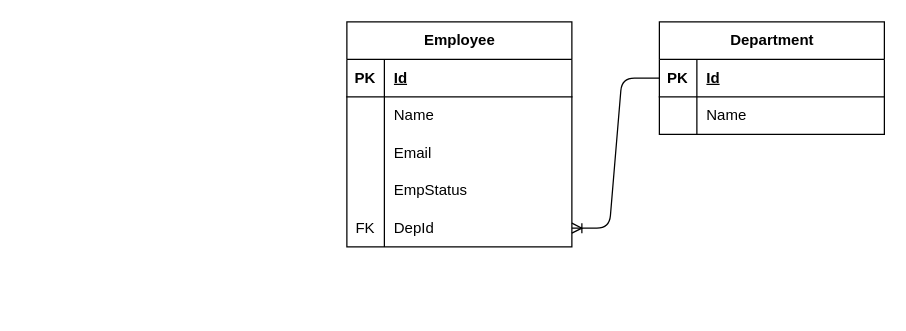
This is docs/01_db/ER.dio from Keiichiro-Murayama/csharp_training_202605, a draw.io file, before an edit. Source tidied: cells renumbered, new cells numbered last; positions are measured from the earlier drawing's top-left corner, leaving out a move shared by most shapes. Both pictures are drawn from the tidied source at 125%, with x=0, y=0 at pixel (346, 21).
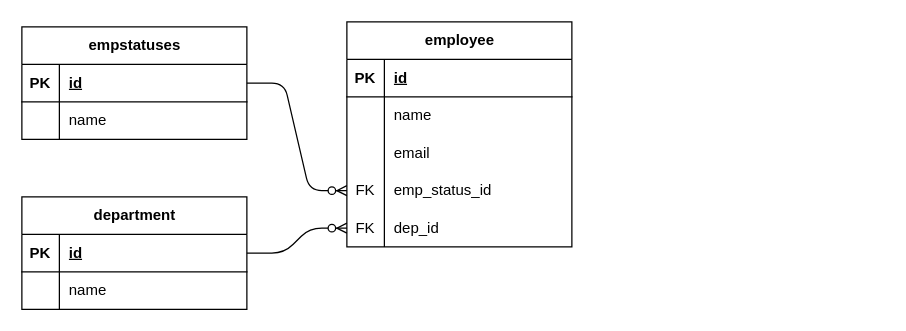
After the change.

Unchanged cells that the change refers to:
```xml
<mxCell id="3" style="shape=tableRow;horizontal=0;startSize=0;swimlaneHead=0;swimlaneBody=0;fillColor=none;top=0;left=0;right=0;bottom=1;" parent="2" vertex="1">
  <mxGeometry y="30" width="180" height="30" as="geometry" />
</mxCell>
<mxCell id="6" style="shape=tableRow;horizontal=0;startSize=0;swimlaneHead=0;swimlaneBody=0;fillColor=none;top=0;left=0;right=0;bottom=0;" parent="2" vertex="1">
  <mxGeometry y="60" width="180" height="30" as="geometry" />
</mxCell>
<mxCell id="9" style="shape=tableRow;horizontal=0;startSize=0;swimlaneHead=0;swimlaneBody=0;fillColor=none;top=0;left=0;right=0;bottom=0;" parent="2" vertex="1">
  <mxGeometry y="90" width="180" height="30" as="geometry" />
</mxCell>
<mxCell id="12" style="shape=tableRow;horizontal=0;startSize=0;swimlaneHead=0;swimlaneBody=0;fillColor=none;points=[[0,0.5],[1,0.5]];portConstraint=eastwest;top=0;left=0;right=0;bottom=0;" parent="2" vertex="1">
  <mxGeometry y="120" width="180" height="30" as="geometry" />
</mxCell>
<mxCell id="15" style="shape=tableRow;horizontal=0;startSize=0;swimlaneHead=0;swimlaneBody=0;fillColor=none;points=[[0,0.5],[1,0.5]];portConstraint=eastwest;top=0;left=0;right=0;bottom=0;" parent="2" vertex="1">
  <mxGeometry y="150" width="180" height="30" as="geometry" />
</mxCell>
<mxCell id="19" style="shape=tableRow;horizontal=0;startSize=0;swimlaneHead=0;swimlaneBody=0;fillColor=none;points=[[0,0.5],[1,0.5]];portConstraint=eastwest;top=0;left=0;right=0;bottom=1;" parent="18" vertex="1">
  <mxGeometry y="30" width="180" height="30" as="geometry" />
</mxCell>
<mxCell id="22" style="shape=tableRow;horizontal=0;startSize=0;swimlaneHead=0;swimlaneBody=0;fillColor=none;top=0;left=0;right=0;bottom=0;" parent="18" vertex="1">
  <mxGeometry y="60" width="180" height="30" as="geometry" />
</mxCell>
```

What changed in the source:
```diff
@@
-    <mxCell id="2" value="Employee" style="shape=table;startSize=30;childLayout=tableLayout;rowLines=0;fontStyle=1;align=center;html=1;" parent="1" vertex="1">
+    <mxCell id="2" value="employee" style="shape=table;startSize=30;childLayout=tableLayout;rowLines=0;fontStyle=1;align=center;html=1;" parent="1" vertex="1">
       <mxGeometry width="180" height="180" as="geometry" />
     </mxCell>
@@
-    <mxCell id="5" value="Id" style="shape=partialRectangle;fillColor=none;top=0;left=0;bottom=0;right=0;align=left;spacingLeft=6;fontStyle=5;overflow=hidden;whiteSpace=wrap;html=1;" parent="3" vertex="1">
+    <mxCell id="5" value="id" style="shape=partialRectangle;fillColor=none;top=0;left=0;bottom=0;right=0;align=left;spacingLeft=6;fontStyle=5;overflow=hidden;whiteSpace=wrap;html=1;" parent="3" vertex="1">
       <mxGeometry x="30" width="150" height="30" as="geometry" />
     </mxCell>
@@
-    <mxCell id="8" value="Name" style="shape=partialRectangle;fillColor=none;top=0;left=0;bottom=0;right=0;align=left;spacingLeft=6;overflow=hidden;whiteSpace=wrap;html=1;" parent="6" vertex="1">
+    <mxCell id="8" value="name" style="shape=partialRectangle;fillColor=none;top=0;left=0;bottom=0;right=0;align=left;spacingLeft=6;overflow=hidden;whiteSpace=wrap;html=1;" parent="6" vertex="1">
       <mxGeometry x="30" width="150" height="30" as="geometry" />
     </mxCell>
@@
-    <mxCell id="11" value="Email" style="shape=partialRectangle;fillColor=none;top=0;left=0;bottom=0;right=0;align=left;spacingLeft=6;overflow=hidden;whiteSpace=wrap;html=1;" parent="9" vertex="1">
+    <mxCell id="11" value="email" style="shape=partialRectangle;fillColor=none;top=0;left=0;bottom=0;right=0;align=left;spacingLeft=6;overflow=hidden;whiteSpace=wrap;html=1;" parent="9" vertex="1">
       <mxGeometry x="30" width="150" height="30" as="geometry" />
     </mxCell>
@@
-    <mxCell id="13" style="shape=partialRectangle;fillColor=none;top=0;left=0;bottom=0;right=0;overflow=hidden;whiteSpace=wrap;html=1;" parent="12" vertex="1">
+    <mxCell id="13" value="FK" style="shape=partialRectangle;fillColor=none;top=0;left=0;bottom=0;right=0;overflow=hidden;whiteSpace=wrap;html=1;" parent="12" vertex="1">
       <mxGeometry width="30" height="30" as="geometry" />
     </mxCell>
-    <mxCell id="14" value="EmpStatus" style="shape=partialRectangle;fillColor=none;top=0;left=0;bottom=0;right=0;align=left;spacingLeft=6;overflow=hidden;whiteSpace=wrap;html=1;" parent="12" vertex="1">
+    <mxCell id="14" value="emp_status_id" style="shape=partialRectangle;fillColor=none;top=0;left=0;bottom=0;right=0;align=left;spacingLeft=6;overflow=hidden;whiteSpace=wrap;html=1;" parent="12" vertex="1">
       <mxGeometry x="30" width="150" height="30" as="geometry" />
     </mxCell>
@@
-    <mxCell id="17" value="DepId" style="shape=partialRectangle;fillColor=none;top=0;left=0;bottom=0;right=0;align=left;spacingLeft=6;overflow=hidden;whiteSpace=wrap;html=1;" parent="15" vertex="1">
+    <mxCell id="17" value="dep_id" style="shape=partialRectangle;fillColor=none;top=0;left=0;bottom=0;right=0;align=left;spacingLeft=6;overflow=hidden;whiteSpace=wrap;html=1;" parent="15" vertex="1">
       <mxGeometry x="30" width="150" height="30" as="geometry" />
     </mxCell>
-    <mxCell id="18" value="Department" style="shape=table;startSize=30;childLayout=tableLayout;rowLines=0;fontStyle=1;align=center;html=1;" parent="1" vertex="1">
-      <mxGeometry x="250" width="180" height="90" as="geometry" />
+    <mxCell id="18" value="department" style="shape=table;startSize=30;childLayout=tableLayout;rowLines=0;fontStyle=1;align=center;html=1;" parent="1" vertex="1">
+      <mxGeometry x="-260" y="140" width="180" height="90" as="geometry" />
     </mxCell>
@@
-    <mxCell id="21" value="Id" style="shape=partialRectangle;fillColor=none;top=0;left=0;bottom=0;right=0;align=left;spacingLeft=6;fontStyle=5;overflow=hidden;whiteSpace=wrap;html=1;" parent="19" vertex="1">
+    <mxCell id="21" value="id" style="shape=partialRectangle;fillColor=none;top=0;left=0;bottom=0;right=0;align=left;spacingLeft=6;fontStyle=5;overflow=hidden;whiteSpace=wrap;html=1;" parent="19" vertex="1">
       <mxGeometry x="30" width="150" height="30" as="geometry" />
     </mxCell>
@@
-    <mxCell id="24" value="Name" style="shape=partialRectangle;fillColor=none;top=0;left=0;bottom=0;right=0;align=left;spacingLeft=6;overflow=hidden;whiteSpace=wrap;html=1;" parent="22" vertex="1">
+    <mxCell id="24" value="name" style="shape=partialRectangle;fillColor=none;top=0;left=0;bottom=0;right=0;align=left;spacingLeft=6;overflow=hidden;whiteSpace=wrap;html=1;" parent="22" vertex="1">
       <mxGeometry x="30" width="150" height="30" as="geometry" />
     </mxCell>
+    <mxCell id="26" value="empstatuses" style="shape=table;startSize=30;childLayout=tableLayout;rowLines=0;fontStyle=1;align=center;html=1;" parent="1" vertex="1">
+      <mxGeometry x="-260" y="4" width="180" height="90" as="geometry" />
+    </mxCell>
+    <mxCell id="27" style="shape=tableRow;horizontal=0;startSize=0;swimlaneHead=0;swimlaneBody=0;fillColor=none;points=[[0,0.5],[1,0.5]];portConstraint=eastwest;top=0;left=0;right=0;bottom=1;" parent="26" vertex="1">
+      <mxGeometry y="30" width="180" height="30" as="geometry" />
+    </mxCell>
+    <mxCell id="28" value="PK" style="shape=partialRectangle;fillColor=none;top=0;left=0;bottom=0;right=0;fontStyle=1;overflow=hidden;whiteSpace=wrap;html=1;" parent="27" vertex="1">
+      <mxGeometry width="30" height="30" as="geometry" />
+    </mxCell>
+    <mxCell id="29" value="id" style="shape=partialRectangle;fillColor=none;top=0;left=0;bottom=0;right=0;align=left;spacingLeft=6;fontStyle=5;overflow=hidden;whiteSpace=wrap;html=1;" parent="27" vertex="1">
+      <mxGeometry x="30" width="150" height="30" as="geometry" />
+    </mxCell>
+    <mxCell id="30" style="shape=tableRow;horizontal=0;startSize=0;swimlaneHead=0;swimlaneBody=0;fillColor=none;top=0;left=0;right=0;bottom=0;" parent="26" vertex="1">
+      <mxGeometry y="60" width="180" height="30" as="geometry" />
+    </mxCell>
+    <mxCell id="31" style="shape=partialRectangle;fillColor=none;top=0;left=0;bottom=0;right=0;overflow=hidden;whiteSpace=wrap;html=1;" parent="30" vertex="1">
+      <mxGeometry width="30" height="30" as="geometry" />
+    </mxCell>
+    <mxCell id="32" value="name" style="shape=partialRectangle;fillColor=none;top=0;left=0;bottom=0;right=0;align=left;spacingLeft=6;overflow=hidden;whiteSpace=wrap;html=1;" parent="30" vertex="1">
+      <mxGeometry x="30" width="150" height="30" as="geometry" />
+    </mxCell>
+    <mxCell id="33" style="edgeStyle=entityRelationEdgeStyle;fontSize=12;html=1;endArrow=ERzeroToMany;endFill=1;" parent="1" edge="1" source="27" target="12">
+      <mxGeometry relative="1" as="geometry">
+        <Array as="points">
+          <mxPoint y="160" />
+        </Array>
+      </mxGeometry>
+    </mxCell>
-    <mxCell id="25" style="edgeStyle=entityRelationEdgeStyle;fontSize=12;html=1;endArrow=ERoneToMany;entryX=1;entryY=0.5;entryDx=0;entryDy=0;exitX=0;exitY=0.5;exitDx=0;exitDy=0;" parent="1" edge="1" source="19" target="15">
+    <mxCell id="25" style="edgeStyle=entityRelationEdgeStyle;fontSize=12;html=1;endArrow=ERzeroToMany;endFill=1;exitX=1;exitY=0.5;exitDx=0;exitDy=0;entryX=0;entryY=0.5;entryDx=0;entryDy=0;" parent="1" edge="1" source="19" target="15">
       <mxGeometry relative="1" as="geometry" />
     </mxCell>
```
